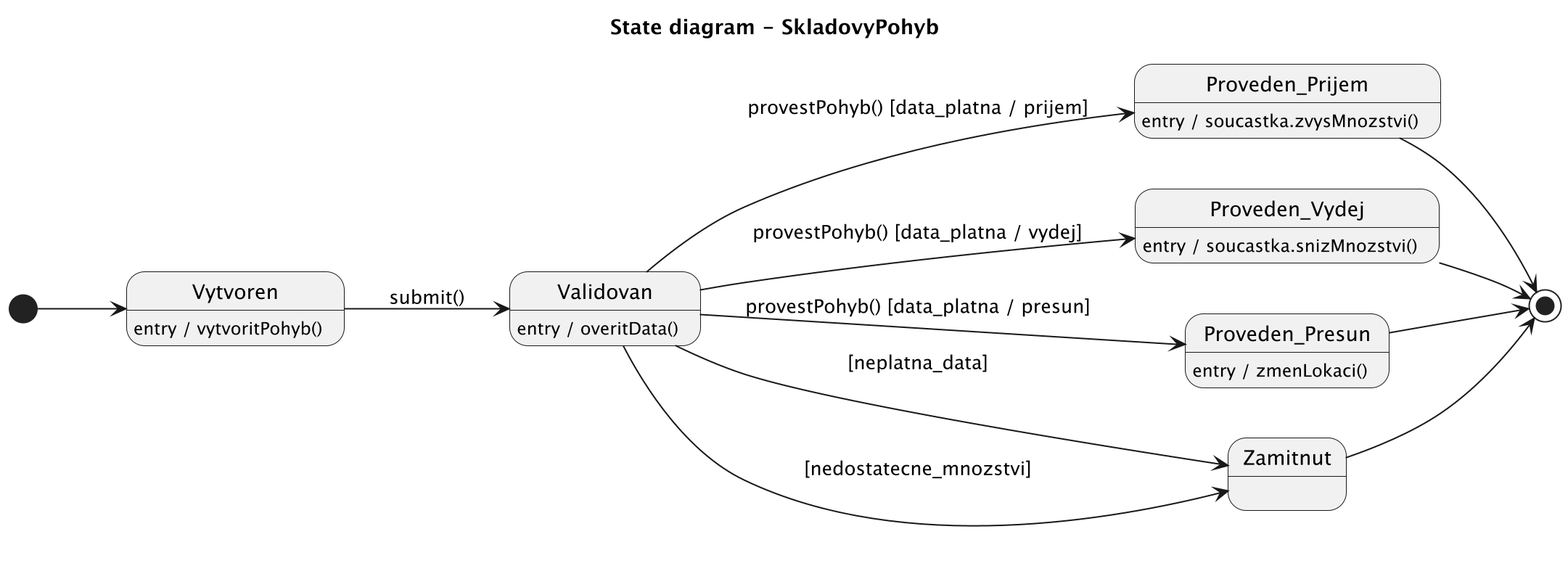
This is docs/images/09_state_pohyb_skladu.png from lkvapil/wms-elektronicke-soucastky, a PlantUML export, as it was before one commit.
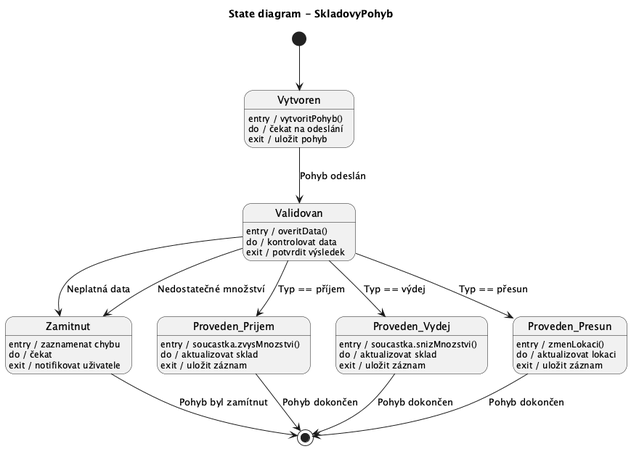
The same file after the commit.

Diff of the diagram source:
```diff
@@ -1,27 +1,42 @@
 @startuml
-scale 2
-left to right direction
+top to bottom direction
 title State diagram - SkladovyPohyb
 
 [*] --> Vytvoren
 
 Vytvoren : entry / vytvoritPohyb()
-Vytvoren --> Validovan : submit()
+Vytvoren : do / čekat na odeslání
+Vytvoren : exit / uložit pohyb
+Vytvoren --> Validovan : Pohyb odeslán
 
 Validovan : entry / overitData()
-Validovan --> Proveden_Prijem : provestPohyb() [data_platna / prijem]
-Validovan --> Proveden_Vydej : provestPohyb() [data_platna / vydej]
-Validovan --> Proveden_Presun : provestPohyb() [data_platna / presun]
-Validovan --> Zamitnut : [neplatna_data]
-Validovan --> Zamitnut : [nedostatecne_mnozstvi]
+Validovan : do / kontrolovat data
+Validovan : exit / potvrdit výsledek
+Validovan --> Proveden_Prijem : Typ == příjem
+Validovan --> Proveden_Vydej : Typ == výdej
+Validovan --> Proveden_Presun : Typ == přesun
+Validovan --> Zamitnut : Neplatná data
+Validovan --> Zamitnut : Nedostatečné množství
+
+Zamitnut : entry / zaznamenat chybu
+Zamitnut : do / čekat
+Zamitnut : exit / notifikovat uživatele
 
 Proveden_Prijem : entry / soucastka.zvysMnozstvi()
+Proveden_Prijem : do / aktualizovat sklad
+Proveden_Prijem : exit / uložit záznam
+
 Proveden_Vydej : entry / soucastka.snizMnozstvi()
+Proveden_Vydej : do / aktualizovat sklad
+Proveden_Vydej : exit / uložit záznam
+
 Proveden_Presun : entry / zmenLokaci()
+Proveden_Presun : do / aktualizovat lokaci
+Proveden_Presun : exit / uložit záznam
 
-Proveden_Prijem --> [*]
-Proveden_Vydej --> [*]
-Proveden_Presun --> [*]
-Zamitnut --> [*]
+Proveden_Prijem --> [*] : Pohyb dokončen
+Proveden_Vydej --> [*] : Pohyb dokončen
+Proveden_Presun --> [*] : Pohyb dokončen
+Zamitnut --> [*] : Pohyb byl zamítnut
 
 @enduml
```
